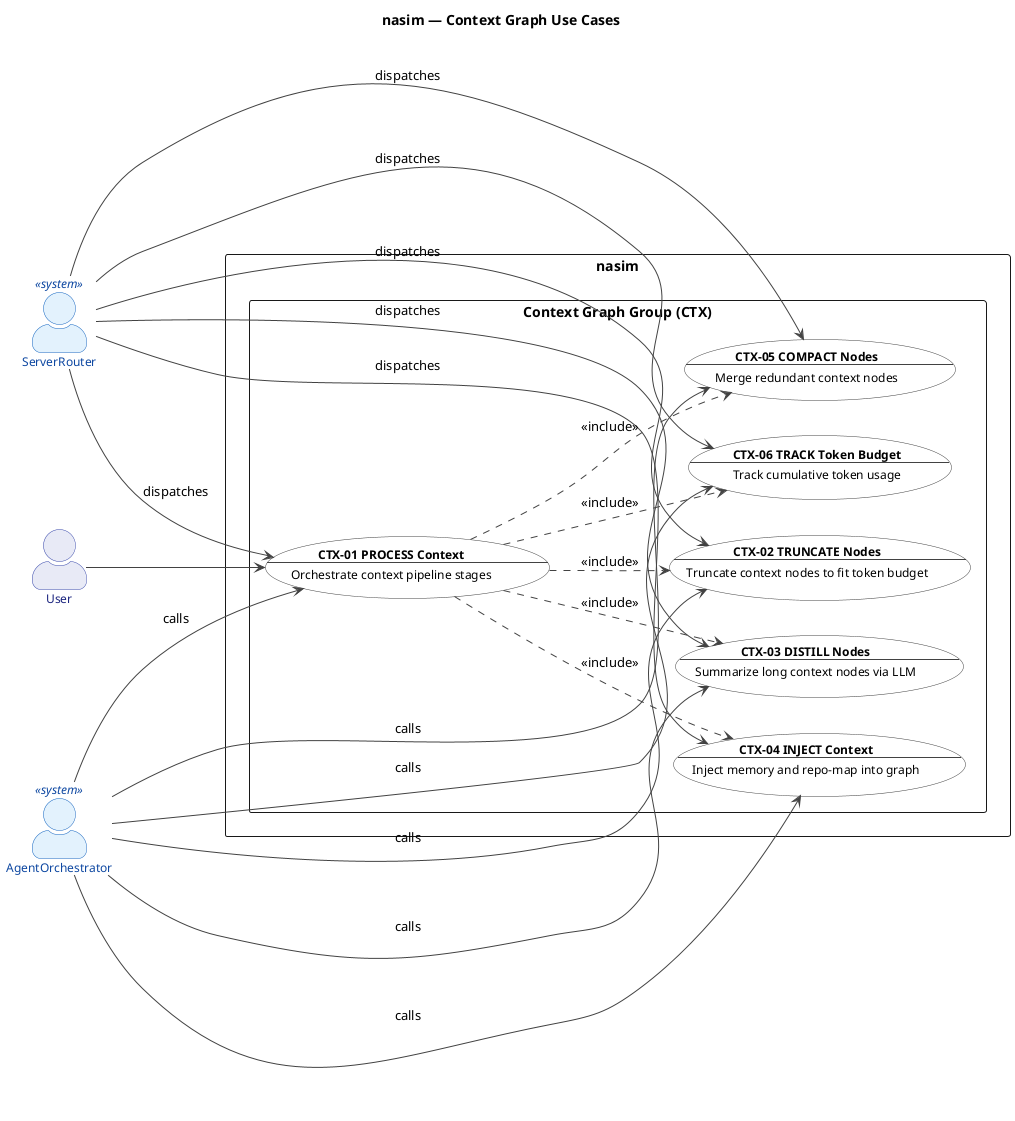
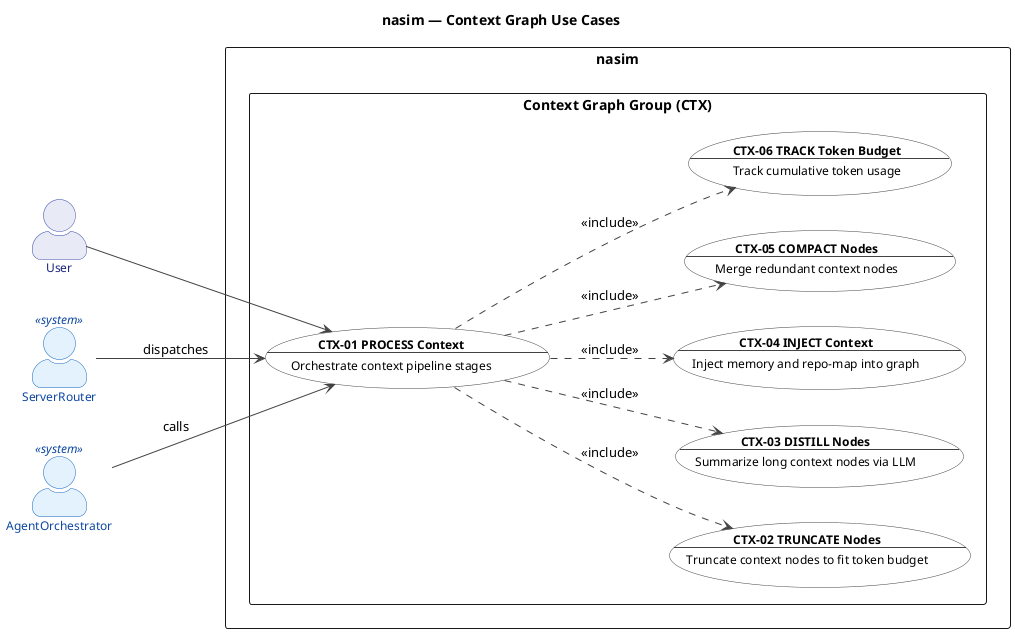
@startuml uc_ctx


' ============================================================
' Title:     nasim — UC: Context Graph Group
' Group:     CTX (Context Management)
' Boundary:  nasim code agent
' Purpose:   Context pipeline: graph construction, truncation, distillation, injection, compaction
' Milestone: v1.0
' Version:   9.1.0
' Source:    docs/ENTITIES.md, docs/UC/README.md
' Review:    CAR refinement loop 2026-06-27
' SQ:        sq_ctx01..sq_ctx06
' ============================================================


left to right direction


title nasim — Context Graph Use Cases


skinparam actorStyle awesome
skinparam packageStyle rectangle


skinparam usecase {
  BackgroundColor #FFFFFF
  BorderColor #424242
  FontColor #000000
  ArrowColor #424242
  FontSize 12
}


skinparam actor {
  BackgroundColor #E8EAF6
  BorderColor #3949AB
  FontColor #1A237E
  FontSize 12
}


skinparam actor<<system>> {
  BackgroundColor #E3F2FD
  BorderColor #1565C0
  FontColor #0D47A1
}


' ------------------------------------------------------------
' Actors
' ------------------------------------------------------------


actor "User" as User
actor "ServerRouter" as Router <<system>>
actor "AgentOrchestrator" as Agent <<system>>




' ------------------------------------------------------------
' System Boundary
' ------------------------------------------------------------


rectangle "nasim" {
  package "Context Graph Group (CTX)" {
    usecase "**CTX-01 PROCESS Context**\n--\nOrchestrate context pipeline stages" as CTX01
    usecase "**CTX-02 TRUNCATE Nodes**\n--\nTruncate context nodes to fit token budget" as CTX02
    usecase "**CTX-03 DISTILL Nodes**\n--\nSummarize long context nodes via LLM" as CTX03
    usecase "**CTX-04 INJECT Context**\n--\nInject memory and repo-map into graph" as CTX04
    usecase "**CTX-05 COMPACT Nodes**\n--\nMerge redundant context nodes" as CTX05
    usecase "**CTX-06 TRACK Token Budget**\n--\nTrack cumulative token usage" as CTX06
  }
}


' ------------------------------------------------------------
' Actor -> Use Case Associations
' ------------------------------------------------------------


User --> CTX01


Router --> CTX01 : dispatches
- Router --> CTX02 : dispatches
- Router --> CTX03 : dispatches
- Router --> CTX04 : dispatches
- Router --> CTX05 : dispatches
- Router --> CTX06 : dispatches


Agent --> CTX01 : calls
- Agent --> CTX02 : calls
- Agent --> CTX03 : calls
- Agent --> CTX04 : calls
- Agent --> CTX05 : calls
- Agent --> CTX06 : calls


' ------------------------------------------------------------
' Relationships
' ------------------------------------------------------------


CTX01 ..> CTX02 : <<include>>
CTX01 ..> CTX03 : <<include>>
CTX01 ..> CTX04 : <<include>>
CTX01 ..> CTX05 : <<include>>
CTX01 ..> CTX06 : <<include>>




@enduml
